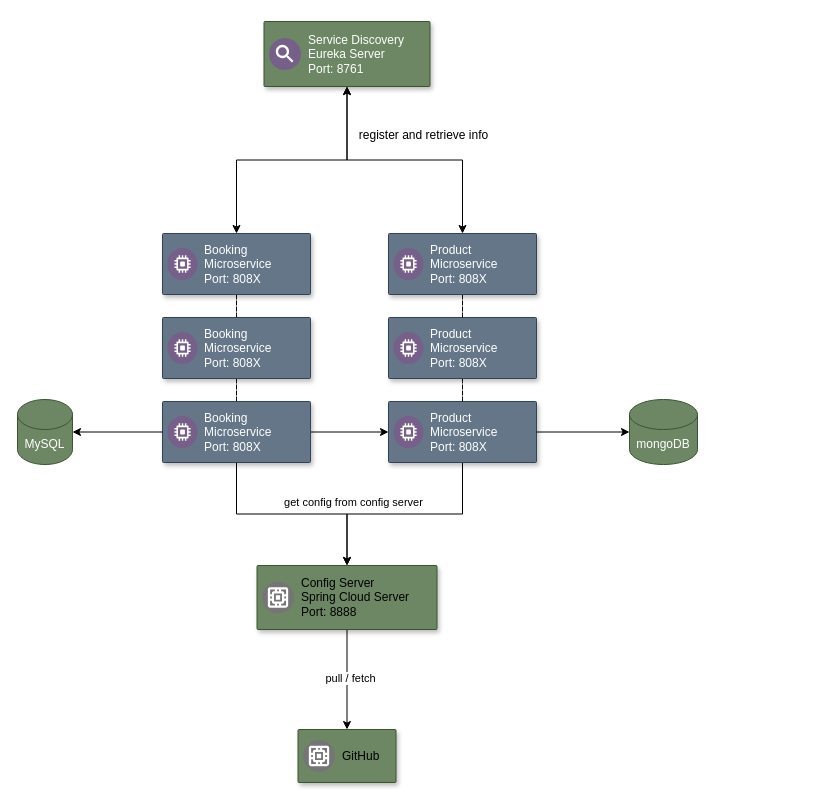
This is page "Página-1" (1 of 2) of diagram.drawio from miguemiguemigue/Microservices-Spring-Boot-Project, a draw.io file, before an edit. Source tidied: cells renumbered, new cells numbered last; positions are measured from the earlier drawing's top-left corner, leaving out a move shared by most shapes. Both pictures are drawn from the tidied source at 100%, with x=0, y=0 at pixel (17, 21).
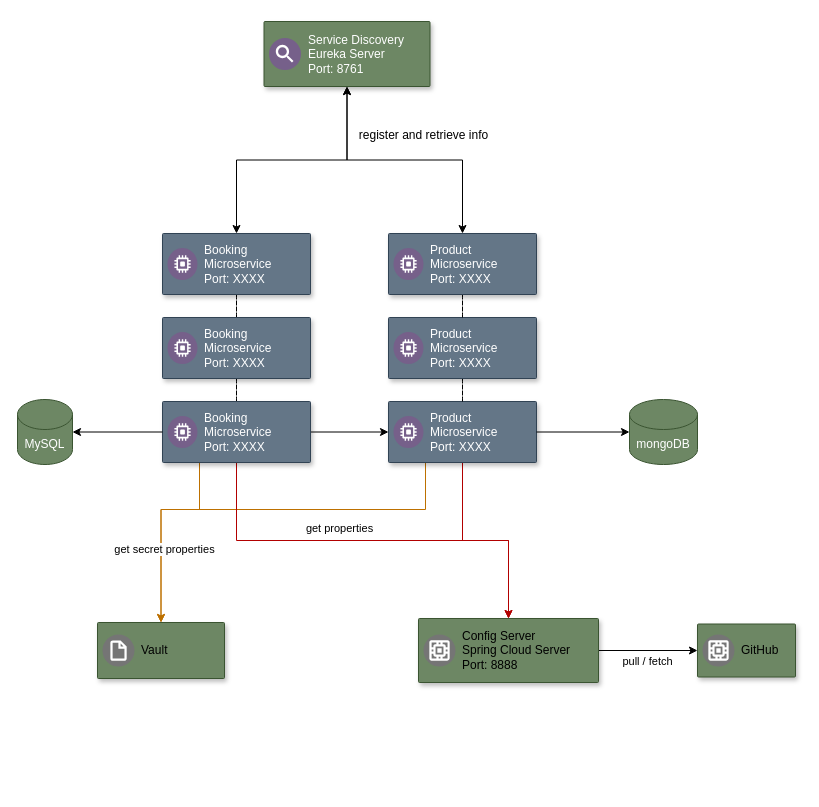
The same page after the edit.

Commit message (it also covers changes not shown here):
- added starter actuator for refreshing properties without restarting - added vault config

Unchanged cells that the change refers to:
```xml
<mxCell id="5" style="strokeColor=#314354;shadow=1;strokeWidth=1;rounded=1;absoluteArcSize=1;arcSize=2;fillColor=#647687;fontColor=#ffffff;align=center;" parent="1" vertex="1">
  <mxGeometry x="371" y="380" width="148" height="61" as="geometry" />
</mxCell>
<mxCell id="11" style="strokeColor=#314354;shadow=1;strokeWidth=1;rounded=1;absoluteArcSize=1;arcSize=2;fillColor=#647687;fontColor=#ffffff;align=center;" parent="1" vertex="1">
  <mxGeometry x="145" y="380" width="148" height="61" as="geometry" />
</mxCell>
<mxCell id="14" style="strokeColor=#314354;shadow=1;strokeWidth=1;rounded=1;absoluteArcSize=1;arcSize=2;fillColor=#647687;fontColor=#ffffff;align=center;" parent="1" vertex="1">
  <mxGeometry x="371" y="296" width="148" height="61" as="geometry" />
</mxCell>
<mxCell id="18" style="strokeColor=#314354;shadow=1;strokeWidth=1;rounded=1;absoluteArcSize=1;arcSize=2;fillColor=#647687;fontColor=#ffffff;align=center;" parent="1" vertex="1">
  <mxGeometry x="371" y="212" width="148" height="61" as="geometry" />
</mxCell>
<mxCell id="23" style="strokeColor=#314354;shadow=1;strokeWidth=1;rounded=1;absoluteArcSize=1;arcSize=2;fillColor=#647687;fontColor=#ffffff;align=center;" parent="1" vertex="1">
  <mxGeometry x="145" y="296" width="148" height="61" as="geometry" />
</mxCell>
<mxCell id="26" style="strokeColor=#314354;shadow=1;strokeWidth=1;rounded=1;absoluteArcSize=1;arcSize=2;fillColor=#647687;fontColor=#ffffff;align=center;" parent="1" vertex="1">
  <mxGeometry x="145" y="212" width="148" height="61" as="geometry" />
</mxCell>
```

What changed in the source:
```diff
@@
-    <mxCell id="4" style="edgeStyle=orthogonalEdgeStyle;rounded=0;jettySize=auto;html=1;entryX=0.5;entryY=0;entryDx=0;entryDy=0;" parent="1" edge="1" source="5" target="31">
+    <mxCell id="4" style="edgeStyle=orthogonalEdgeStyle;rounded=0;jettySize=auto;html=1;entryX=0.5;entryY=0;entryDx=0;entryDy=0;fillColor=#e51400;strokeColor=#B20000;" parent="1" edge="1" source="5" target="31">
       <mxGeometry relative="1" as="geometry" />
     </mxCell>
+    <mxCell id="37" style="edgeStyle=orthogonalEdgeStyle;rounded=0;jettySize=auto;html=1;entryX=0.5;entryY=0;entryDx=0;entryDy=0;exitX=0.25;exitY=1;exitDx=0;exitDy=0;fillColor=#f0a30a;strokeColor=#BD7000;" parent="1" edge="1" source="5" target="41">
+      <mxGeometry relative="1" as="geometry">
+        <Array as="points">
+          <mxPoint x="408" y="488" />
+          <mxPoint x="144" y="488" />
+        </Array>
+      </mxGeometry>
+    </mxCell>
@@
-    <mxCell id="6" value="Product&lt;br&gt;Microservice&lt;br&gt;Port: 808X" style="sketch=0;dashed=0;html=1;fillColor=#76608a;strokeColor=#432D57;shape=mxgraph.gcp2.dedicated_game_server;labelPosition=right;verticalLabelPosition=middle;align=left;verticalAlign=middle;spacingLeft=5;fontSize=12;fontColor=#ffffff;" parent="5" vertex="1">
+    <mxCell id="6" value="Product&lt;br&gt;Microservice&lt;br&gt;Port: XXXX" style="sketch=0;dashed=0;html=1;fillColor=#76608a;strokeColor=#432D57;shape=mxgraph.gcp2.dedicated_game_server;labelPosition=right;verticalLabelPosition=middle;align=left;verticalAlign=middle;spacingLeft=5;fontSize=12;fontColor=#ffffff;" parent="5" vertex="1">
       <mxGeometry y="0.5" width="30" height="32" relative="1" as="geometry">
         <mxPoint x="5" y="-16" as="offset" />
       </mxGeometry>
     </mxCell>
@@
-    <mxCell id="9" style="edgeStyle=orthogonalEdgeStyle;rounded=0;jettySize=auto;html=1;entryX=0.5;entryY=0;entryDx=0;entryDy=0;" parent="1" edge="1" source="11" target="31">
-      <mxGeometry relative="1" as="geometry" />
+    <mxCell id="9" style="edgeStyle=orthogonalEdgeStyle;rounded=0;jettySize=auto;html=1;entryX=0.5;entryY=0;entryDx=0;entryDy=0;fillColor=#e51400;strokeColor=#B20000;" parent="1" edge="1" source="11" target="31">
+      <mxGeometry relative="1" as="geometry">
+        <Array as="points">
+          <mxPoint x="219" y="519" />
+          <mxPoint x="491" y="519" />
+        </Array>
+      </mxGeometry>
     </mxCell>
-    <mxCell id="10" value="get config from config server" style="edgeLabel;html=1;align=center;verticalAlign=middle;" parent="9" vertex="1">
-      <mxGeometry x="-0.3" y="1" relative="1" as="geometry">
-        <mxPoint x="93" y="-11" as="offset" />
-      </mxGeometry>
-    </mxCell>
+    <mxCell id="38" value="get properties" style="edgeLabel;html=1;align=center;verticalAlign=middle;" parent="9" vertex="1">
+      <mxGeometry x="-0.19" relative="1" as="geometry">
+        <mxPoint x="7" y="-13" as="offset" />
+      </mxGeometry>
+    </mxCell>
+    <mxCell id="39" style="edgeStyle=orthogonalEdgeStyle;rounded=0;jettySize=auto;html=1;exitX=0.25;exitY=1;exitDx=0;exitDy=0;entryX=0.5;entryY=0;entryDx=0;entryDy=0;fillColor=#f0a30a;strokeColor=#BD7000;" parent="1" edge="1" source="11" target="41">
+      <mxGeometry relative="1" as="geometry">
+        <Array as="points">
+          <mxPoint x="182" y="488" />
+          <mxPoint x="144" y="488" />
+        </Array>
+      </mxGeometry>
+    </mxCell>
+    <mxCell id="40" value="get secret properties" style="edgeLabel;html=1;align=center;verticalAlign=middle;" parent="39" vertex="1">
+      <mxGeometry x="0.26" y="3" relative="1" as="geometry" />
+    </mxCell>
@@
-    <mxCell id="12" value="Booking&lt;br&gt;Microservice&lt;br&gt;Port: 808X" style="sketch=0;dashed=0;html=1;fillColor=#76608a;strokeColor=#432D57;shape=mxgraph.gcp2.dedicated_game_server;labelPosition=right;verticalLabelPosition=middle;align=left;verticalAlign=middle;spacingLeft=5;fontSize=12;fontColor=#ffffff;" parent="11" vertex="1">
+    <mxCell id="12" value="Booking&lt;br&gt;Microservice&lt;br&gt;Port: XXXX" style="sketch=0;dashed=0;html=1;fillColor=#76608a;strokeColor=#432D57;shape=mxgraph.gcp2.dedicated_game_server;labelPosition=right;verticalLabelPosition=middle;align=left;verticalAlign=middle;spacingLeft=5;fontSize=12;fontColor=#ffffff;" parent="11" vertex="1">
       <mxGeometry y="0.5" width="30" height="32" relative="1" as="geometry">
         <mxPoint x="5" y="-16" as="offset" />
       </mxGeometry>
     </mxCell>
@@
-    <mxCell id="15" value="Product&lt;br&gt;Microservice&lt;br&gt;Port: 808X" style="sketch=0;dashed=0;html=1;fillColor=#76608a;strokeColor=#432D57;shape=mxgraph.gcp2.dedicated_game_server;labelPosition=right;verticalLabelPosition=middle;align=left;verticalAlign=middle;spacingLeft=5;fontSize=12;fontColor=#ffffff;" parent="14" vertex="1">
+    <mxCell id="15" value="Product&lt;br&gt;Microservice&lt;br&gt;Port: XXXX" style="sketch=0;dashed=0;html=1;fillColor=#76608a;strokeColor=#432D57;shape=mxgraph.gcp2.dedicated_game_server;labelPosition=right;verticalLabelPosition=middle;align=left;verticalAlign=middle;spacingLeft=5;fontSize=12;fontColor=#ffffff;" parent="14" vertex="1">
       <mxGeometry y="0.5" width="30" height="32" relative="1" as="geometry">
         <mxPoint x="5" y="-16" as="offset" />
       </mxGeometry>
     </mxCell>
@@
-    <mxCell id="19" value="Product&lt;br&gt;Microservice&lt;br&gt;Port: 808X" style="sketch=0;dashed=0;html=1;fillColor=#76608a;strokeColor=#432D57;shape=mxgraph.gcp2.dedicated_game_server;labelPosition=right;verticalLabelPosition=middle;align=left;verticalAlign=middle;spacingLeft=5;fontSize=12;fontColor=#ffffff;" parent="18" vertex="1">
+    <mxCell id="19" value="Product&lt;br&gt;Microservice&lt;br&gt;Port: XXXX" style="sketch=0;dashed=0;html=1;fillColor=#76608a;strokeColor=#432D57;shape=mxgraph.gcp2.dedicated_game_server;labelPosition=right;verticalLabelPosition=middle;align=left;verticalAlign=middle;spacingLeft=5;fontSize=12;fontColor=#ffffff;" parent="18" vertex="1">
       <mxGeometry y="0.5" width="30" height="32" relative="1" as="geometry">
         <mxPoint x="5" y="-16" as="offset" />
       </mxGeometry>
     </mxCell>
@@
-    <mxCell id="24" value="Booking&lt;br&gt;Microservice&lt;br&gt;Port: 808X" style="sketch=0;dashed=0;html=1;fillColor=#76608a;strokeColor=#432D57;shape=mxgraph.gcp2.dedicated_game_server;labelPosition=right;verticalLabelPosition=middle;align=left;verticalAlign=middle;spacingLeft=5;fontSize=12;fontColor=#ffffff;" parent="23" vertex="1">
+    <mxCell id="24" value="Booking&lt;br&gt;Microservice&lt;br&gt;Port: XXXX" style="sketch=0;dashed=0;html=1;fillColor=#76608a;strokeColor=#432D57;shape=mxgraph.gcp2.dedicated_game_server;labelPosition=right;verticalLabelPosition=middle;align=left;verticalAlign=middle;spacingLeft=5;fontSize=12;fontColor=#ffffff;" parent="23" vertex="1">
       <mxGeometry y="0.5" width="30" height="32" relative="1" as="geometry">
         <mxPoint x="5" y="-16" as="offset" />
       </mxGeometry>
     </mxCell>
@@
-    <mxCell id="27" value="Booking&lt;br&gt;Microservice&lt;br&gt;Port: 808X" style="sketch=0;dashed=0;html=1;fillColor=#76608a;strokeColor=#432D57;shape=mxgraph.gcp2.dedicated_game_server;labelPosition=right;verticalLabelPosition=middle;align=left;verticalAlign=middle;spacingLeft=5;fontSize=12;fontColor=#ffffff;" parent="26" vertex="1">
+    <mxCell id="27" value="Booking&lt;br&gt;Microservice&lt;br&gt;Port: XXXX" style="sketch=0;dashed=0;html=1;fillColor=#76608a;strokeColor=#432D57;shape=mxgraph.gcp2.dedicated_game_server;labelPosition=right;verticalLabelPosition=middle;align=left;verticalAlign=middle;spacingLeft=5;fontSize=12;fontColor=#ffffff;" parent="26" vertex="1">
       <mxGeometry y="0.5" width="30" height="32" relative="1" as="geometry">
         <mxPoint x="5" y="-16" as="offset" />
       </mxGeometry>
     </mxCell>
@@
-    <mxCell id="29" style="edgeStyle=orthogonalEdgeStyle;rounded=0;jettySize=auto;html=1;entryX=0.5;entryY=0;entryDx=0;entryDy=0;" parent="1" edge="1" source="31" target="33">
+    <mxCell id="29" style="edgeStyle=orthogonalEdgeStyle;rounded=0;jettySize=auto;html=1;entryX=0;entryY=0.5;entryDx=0;entryDy=0;" parent="1" edge="1" source="31" target="33">
       <mxGeometry relative="1" as="geometry" />
     </mxCell>
     <mxCell id="30" value="pull / fetch" style="edgeLabel;html=1;align=center;verticalAlign=middle;" parent="29" vertex="1">
-      <mxGeometry x="-0.04" y="3" relative="1" as="geometry" />
+      <mxGeometry x="-0.04" y="3" relative="1" as="geometry">
+        <mxPoint y="13" as="offset" />
+      </mxGeometry>
     </mxCell>
     <mxCell id="31" style="strokeColor=#3A5431;shadow=1;strokeWidth=1;rounded=1;absoluteArcSize=1;arcSize=2;fillColor=#6d8764;fontColor=#ffffff;" parent="1" vertex="1">
-      <mxGeometry x="239.5" y="544" width="180" height="64" as="geometry" />
+      <mxGeometry x="401" y="597" width="180" height="64" as="geometry" />
     </mxCell>
@@
     <mxCell id="33" style="strokeColor=#3A5431;shadow=1;strokeWidth=1;rounded=1;absoluteArcSize=1;arcSize=2;fillColor=#6d8764;fontColor=#ffffff;" parent="1" vertex="1">
-      <mxGeometry x="280.5" y="708" width="98" height="53" as="geometry" />
+      <mxGeometry x="680" y="602.5" width="98" height="53" as="geometry" />
     </mxCell>
@@
+    <mxCell id="41" style="strokeColor=#3A5431;shadow=1;strokeWidth=1;rounded=1;absoluteArcSize=1;arcSize=2;fillColor=#6d8764;fontColor=#ffffff;" parent="1" vertex="1">
+      <mxGeometry x="80" y="601" width="127" height="56" as="geometry" />
+    </mxCell>
+    <mxCell id="42" value="Vault" style="sketch=0;dashed=0;html=1;fillColor=#757575;strokeColor=none;shape=mxgraph.gcp2.virtual_file_system;labelPosition=right;verticalLabelPosition=middle;align=left;verticalAlign=middle;spacingLeft=5;fontSize=12;" parent="41" vertex="1">
+      <mxGeometry y="0.5" width="32" height="32" relative="1" as="geometry">
+        <mxPoint x="5" y="-16" as="offset" />
+      </mxGeometry>
+    </mxCell>
```
